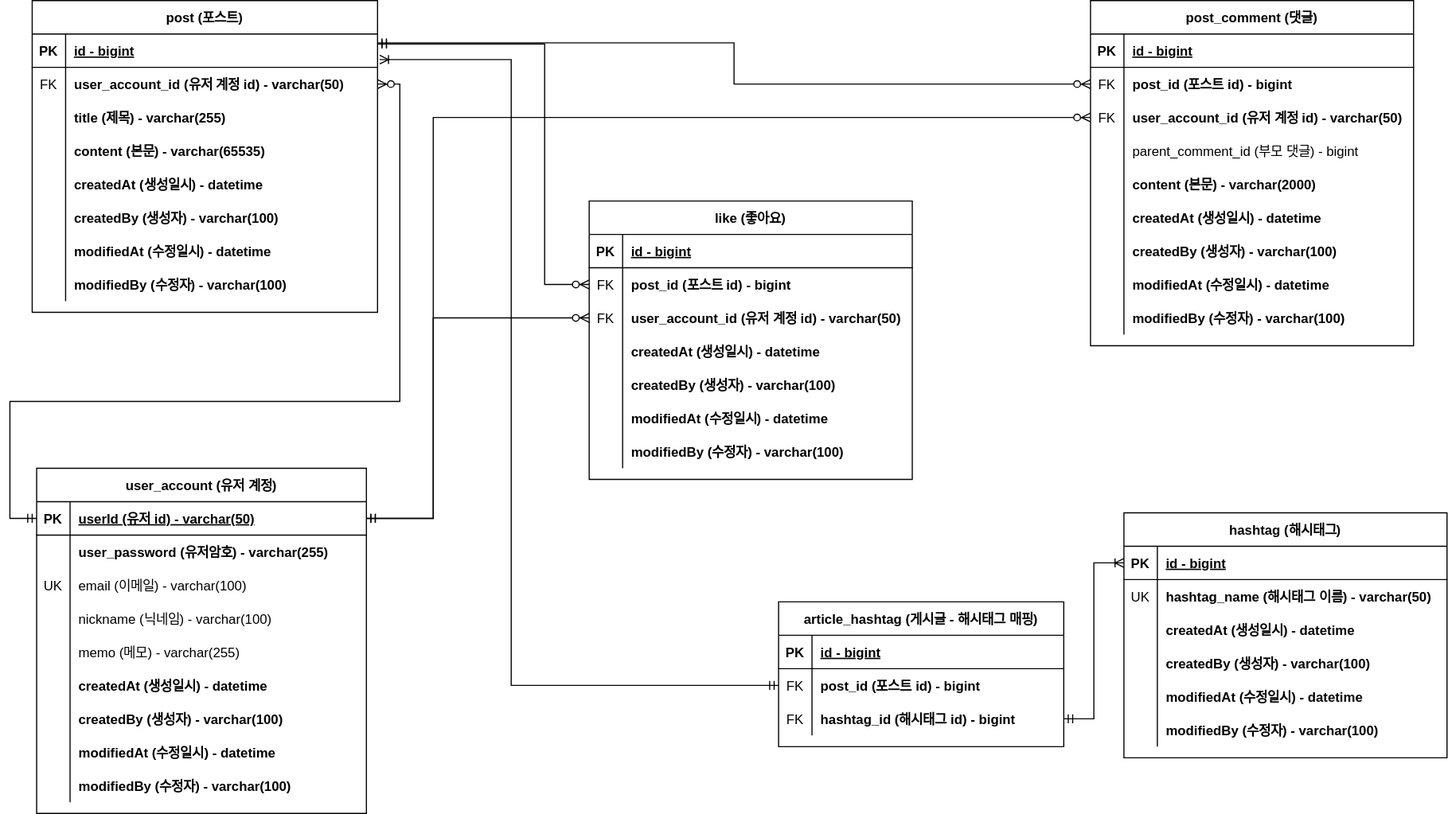
Before: doc/project-sns.drawio.svg, a diagram exported from draw.io (ellaCoo/sns). Source tidied: cells renumbered, new cells last; positions are measured from the earlier drawing's top-left corner, leaving out a move shared by most shapes.
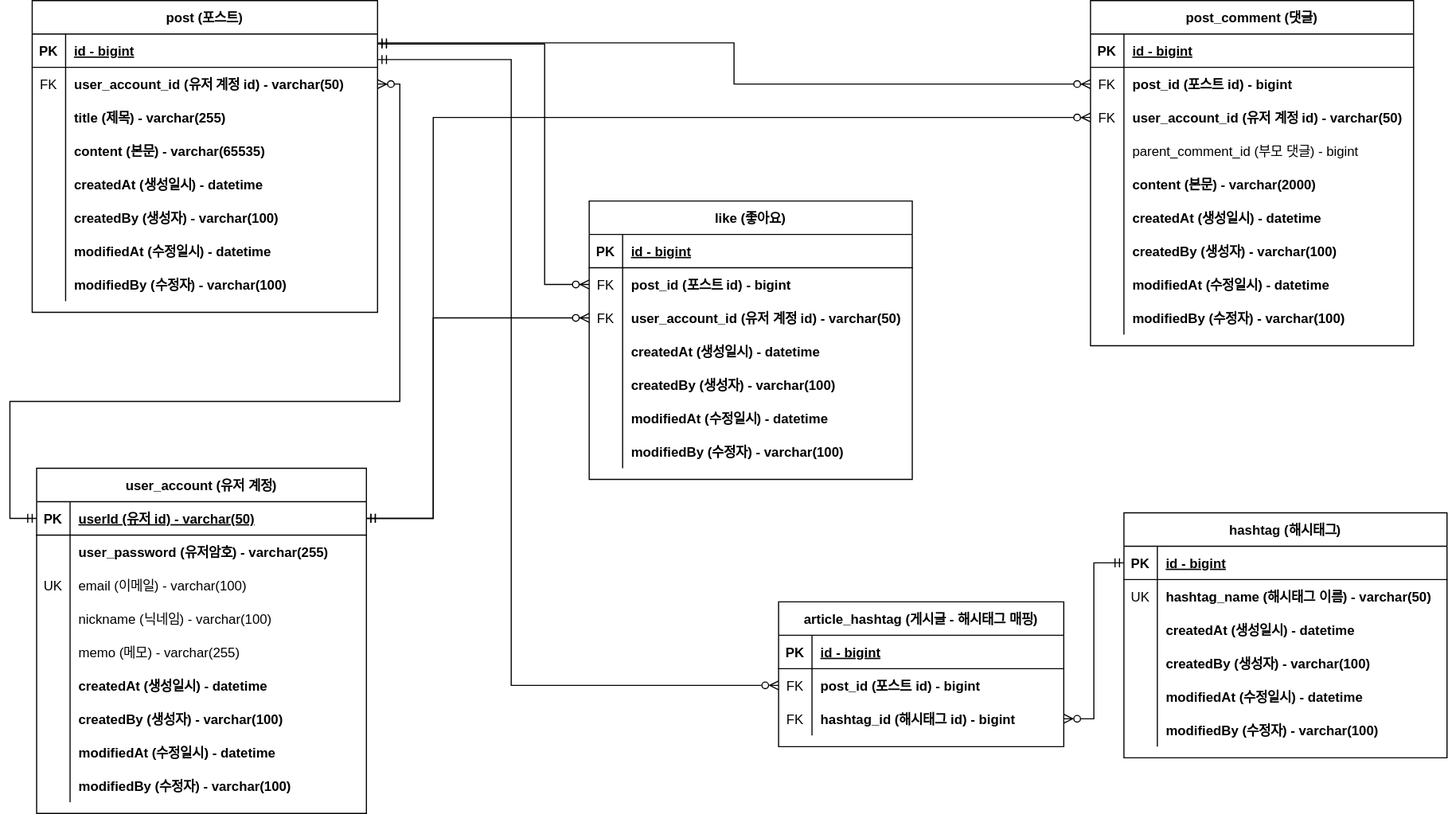
After the change.

Diff of the diagram source:
```diff
@@ -353,10 +353,10 @@
     <mxCell id="114" value="hashtag_id (해시태그 id) - bigint" style="shape=partialRectangle;fillColor=none;top=0;left=0;bottom=0;right=0;align=left;spacingLeft=6;overflow=hidden;fontStyle=1;" parent="112" vertex="1">
       <mxGeometry x="30" width="226" height="30" as="geometry" />
     </mxCell>
-    <mxCell id="115" style="edgeStyle=orthogonalEdgeStyle;rounded=0;jettySize=auto;html=1;exitX=1;exitY=0.5;exitDx=0;exitDy=0;entryX=0;entryY=0.5;entryDx=0;entryDy=0;endArrow=ERoneToMany;endFill=0;startArrow=ERmandOne;startFill=0;" parent="1" edge="1" source="112" target="87">
+    <mxCell id="115" style="edgeStyle=orthogonalEdgeStyle;rounded=0;jettySize=auto;html=1;exitX=1;exitY=0.5;exitDx=0;exitDy=0;entryX=0;entryY=0.5;entryDx=0;entryDy=0;endArrow=ERmandOne;endFill=0;startArrow=ERzeroToMany;startFill=0;" parent="1" edge="1" source="112" target="87">
       <mxGeometry relative="1" as="geometry" />
     </mxCell>
-    <mxCell id="116" style="edgeStyle=orthogonalEdgeStyle;rounded=0;jettySize=auto;html=1;exitX=0;exitY=0.5;exitDx=0;exitDy=0;startArrow=ERmandOne;startFill=0;endArrow=ERoneToMany;endFill=0;entryX=1.006;entryY=0.767;entryDx=0;entryDy=0;entryPerimeter=0;" parent="1" edge="1" source="109" target="3">
+    <mxCell id="116" style="edgeStyle=orthogonalEdgeStyle;rounded=0;jettySize=auto;html=1;exitX=0;exitY=0.5;exitDx=0;exitDy=0;startArrow=ERzeroToMany;startFill=0;endArrow=ERmandOne;endFill=0;" parent="1" edge="1" source="109" target="3">
       <mxGeometry relative="1" as="geometry">
         <Array as="points">
           <mxPoint x="450" y="615" />
```
